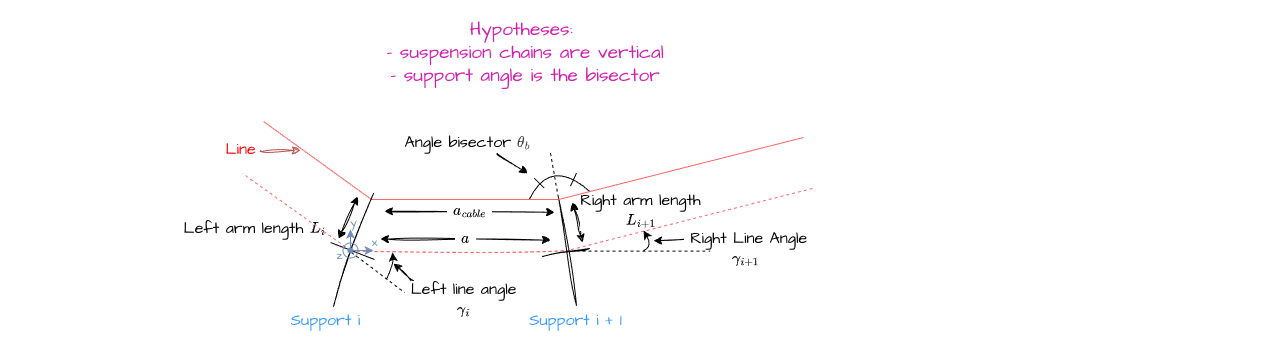
Above: docs/user_guide/assets/angle_line_direct.drawio.png in phlowers/mechaphlowers (draw.io), before the change. Source tidied: cells renumbered, new cells last; positions are measured from the earlier drawing's top-left corner, leaving out a move shared by most shapes.
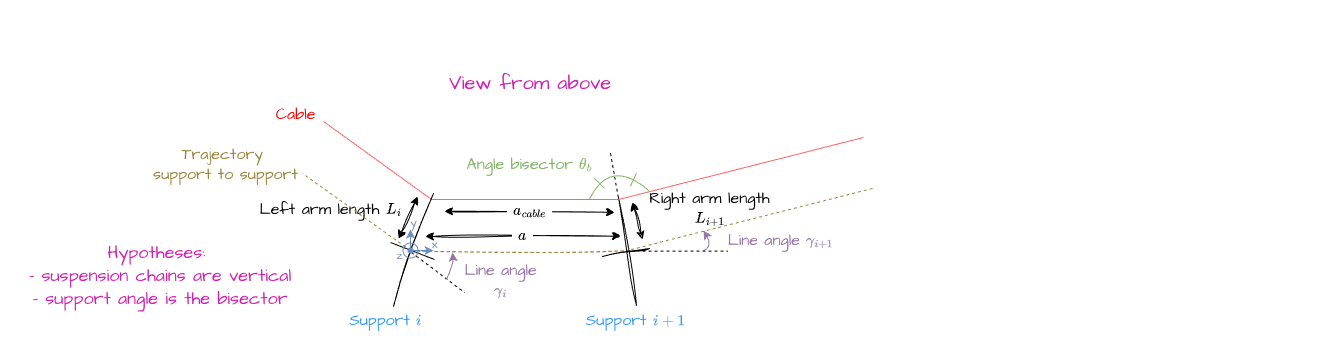
The same file after the commit.

The edit, as a diff of the source:
```diff
@@ -5,8 +5,8 @@
     <mxCell id="2" style="rounded=0;whiteSpace=wrap;html=1;sketch=1;hachureGap=4;jiggle=2;curveFitting=1;fontFamily=Architects Daughter;fontSource=https%3A%2F%2Ffonts.googleapis.com%2Fcss%3Ffamily%3DArchitects%2BDaughter;fontSize=20;fillColor=default;strokeColor=none;" parent="1" vertex="1">
       <mxGeometry width="1270.1" height="350" as="geometry" />
     </mxCell>
-    <mxCell id="3" value="&lt;font style=&quot;color: rgb(209, 31, 174);&quot;&gt;Hypotheses:&amp;nbsp;&lt;/font&gt;&lt;div&gt;&lt;font style=&quot;color: rgb(209, 31, 174);&quot;&gt;- suspension chains are vertical&lt;/font&gt;&lt;/div&gt;&lt;div&gt;&lt;font style=&quot;color: rgb(209, 31, 174);&quot;&gt;- support angle is the bisector&lt;/font&gt;&lt;/div&gt;" style="text;html=1;strokeColor=none;fillColor=none;align=center;verticalAlign=middle;whiteSpace=wrap;rounded=0;labelBackgroundColor=none;sketch=0;hachureGap=4;jiggle=2;curveFitting=1;strokeWidth=2;fontFamily=Architects Daughter;fontSource=https%3A%2F%2Ffonts.googleapis.com%2Fcss%3Ffamily%3DArchitects%2BDaughter;fontSize=19;fontColor=#D11FAE;flipV=0;" parent="1" vertex="1">
-      <mxGeometry x="310" y="20" width="430" height="66.4" as="geometry" />
+    <mxCell id="3" value="&lt;font style=&quot;color: rgb(209, 31, 174); font-size: 18px;&quot;&gt;Hypotheses:&amp;nbsp;&lt;/font&gt;&lt;div&gt;&lt;font style=&quot;color: rgb(209, 31, 174); font-size: 18px;&quot;&gt;- suspension chains are vertical&lt;/font&gt;&lt;/div&gt;&lt;div&gt;&lt;font style=&quot;color: rgb(209, 31, 174); font-size: 18px;&quot;&gt;- support angle is the bisector&lt;/font&gt;&lt;/div&gt;" style="text;html=1;strokeColor=none;fillColor=none;align=center;verticalAlign=middle;whiteSpace=wrap;rounded=0;labelBackgroundColor=none;sketch=0;hachureGap=4;jiggle=2;curveFitting=1;strokeWidth=2;fontFamily=Architects Daughter;fontSource=https%3A%2F%2Ffonts.googleapis.com%2Fcss%3Ffamily%3DArchitects%2BDaughter;fontSize=19;fontColor=#D11FAE;flipV=0;" parent="1" vertex="1">
+      <mxGeometry x="-60" y="242.5" width="320" height="66.4" as="geometry" />
     </mxCell>
     <mxCell id="4" style="endArrow=none;html=1;hachureGap=4;fontFamily=Architects Daughter;fontSource=https%3A%2F%2Ffonts.googleapis.com%2Fcss%3Ffamily%3DArchitects%2BDaughter;fontSize=16;dashed=1;" parent="1" edge="1">
       <mxGeometry relative="1" as="geometry">
@@ -20,21 +20,7 @@
         <mxPoint x="371" y="199" as="targetPoint" />
       </mxGeometry>
     </mxCell>
-    <mxCell id="6" value="&amp;nbsp;Right Line Angle&lt;div&gt;\(\gamma_{i+1}\)&lt;/div&gt;" style="endArrow=classic;startArrow=none;html=1;rounded=0;shadow=0;sketch=1;hachureGap=4;jiggle=2;curveFitting=1;strokeColor=default;fontFamily=Architects Daughter;fontSource=https%3A%2F%2Ffonts.googleapis.com%2Fcss%3Ffamily%3DArchitects%2BDaughter;fontSize=16;startSize=6;endSize=6;curved=1;jumpSize=6;startFill=0;" parent="1" edge="1">
-      <mxGeometry x="-1" y="53" relative="1" as="geometry">
-        <mxPoint x="693" y="240" as="sourcePoint" />
-        <mxPoint x="653" y="240" as="targetPoint" />
-        <mxPoint x="52" y="-44" as="offset" />
-      </mxGeometry>
-    </mxCell>
-    <mxCell id="7" value="Angle bisector&amp;nbsp;&lt;span style=&quot;color: rgb(63, 63, 63);&quot;&gt;\(\theta_b\)&lt;/span&gt;" style="endArrow=classic;startArrow=none;html=1;rounded=0;shadow=0;sketch=1;hachureGap=4;jiggle=2;curveFitting=1;strokeColor=default;fontFamily=Architects Daughter;fontSource=https%3A%2F%2Ffonts.googleapis.com%2Fcss%3Ffamily%3DArchitects%2BDaughter;fontSize=16;startSize=6;endSize=6;curved=1;jumpSize=6;startFill=0;" parent="1" edge="1">
-      <mxGeometry x="-1" y="-32" relative="1" as="geometry">
-        <mxPoint x="497" y="153" as="sourcePoint" />
-        <mxPoint x="527" y="173" as="targetPoint" />
-        <mxPoint x="-12" y="-37" as="offset" />
-      </mxGeometry>
-    </mxCell>
-    <mxCell id="8" style="endArrow=classic;html=1;sketch=0;hachureGap=4;jiggle=2;curveFitting=1;strokeWidth=1;fontFamily=Architects Daughter;fontSource=https%3A%2F%2Ffonts.googleapis.com%2Fcss%3Ffamily%3DArchitects%2BDaughter;fontSize=20;curved=1;endFill=1;" parent="1" edge="1">
+    <mxCell id="8" style="endArrow=classic;html=1;sketch=0;hachureGap=4;jiggle=2;curveFitting=1;strokeWidth=1;fontFamily=Architects Daughter;fontSource=https%3A%2F%2Ffonts.googleapis.com%2Fcss%3Ffamily%3DArchitects%2BDaughter;fontSize=20;curved=1;endFill=1;fillColor=#e1d5e7;strokeColor=#9673a6;" parent="1" edge="1">
       <mxGeometry relative="1" as="geometry">
         <mxPoint x="643" y="250" as="sourcePoint" />
         <mxPoint x="643" y="230" as="targetPoint" />
@@ -44,7 +30,7 @@
         </Array>
       </mxGeometry>
     </mxCell>
-    <mxCell id="9" style="endArrow=none;html=1;sketch=0;hachureGap=4;jiggle=2;curveFitting=1;strokeWidth=1;fontFamily=Architects Daughter;fontSource=https%3A%2F%2Ffonts.googleapis.com%2Fcss%3Ffamily%3DArchitects%2BDaughter;fontSize=20;curved=1;" parent="1" edge="1">
+    <mxCell id="9" style="endArrow=none;html=1;sketch=0;hachureGap=4;jiggle=2;curveFitting=1;strokeWidth=1;fontFamily=Architects Daughter;fontSource=https%3A%2F%2Ffonts.googleapis.com%2Fcss%3Ffamily%3DArchitects%2BDaughter;fontSize=20;curved=1;fillColor=#d5e8d4;strokeColor=#82B366;" parent="1" edge="1">
       <mxGeometry x="0.99" y="110" relative="1" as="geometry">
         <mxPoint x="529" y="198.6" as="sourcePoint" />
         <mxPoint x="590" y="191.6" as="targetPoint" />
@@ -53,19 +39,19 @@
         </Array>
       </mxGeometry>
     </mxCell>
-    <mxCell id="10" style="endArrow=none;html=1;sketch=0;hachureGap=4;jiggle=2;curveFitting=1;strokeWidth=1;fontFamily=Architects Daughter;fontSource=https%3A%2F%2Ffonts.googleapis.com%2Fcss%3Ffamily%3DArchitects%2BDaughter;fontSize=20;curved=1;" parent="1" edge="1">
+    <mxCell id="10" style="endArrow=none;html=1;sketch=0;hachureGap=4;jiggle=2;curveFitting=1;strokeWidth=1;fontFamily=Architects Daughter;fontSource=https%3A%2F%2Ffonts.googleapis.com%2Fcss%3Ffamily%3DArchitects%2BDaughter;fontSize=20;curved=1;fillColor=#d5e8d4;strokeColor=#82b366;" parent="1" edge="1">
       <mxGeometry relative="1" as="geometry">
         <mxPoint x="533.7" y="177.6" as="sourcePoint" />
-        <mxPoint x="543.7" y="187.6" as="targetPoint" />
+        <mxPoint x="544" y="188" as="targetPoint" />
       </mxGeometry>
     </mxCell>
-    <mxCell id="11" style="endArrow=none;html=1;sketch=0;hachureGap=4;jiggle=2;curveFitting=1;strokeWidth=1;fontFamily=Architects Daughter;fontSource=https%3A%2F%2Ffonts.googleapis.com%2Fcss%3Ffamily%3DArchitects%2BDaughter;fontSize=20;curved=1;startSize=6;" parent="1" edge="1">
+    <mxCell id="11" style="endArrow=none;html=1;sketch=0;hachureGap=4;jiggle=2;curveFitting=1;strokeWidth=1;fontFamily=Architects Daughter;fontSource=https%3A%2F%2Ffonts.googleapis.com%2Fcss%3Ffamily%3DArchitects%2BDaughter;fontSize=20;curved=1;startSize=6;fillColor=#d5e8d4;strokeColor=#82b366;" parent="1" edge="1">
       <mxGeometry relative="1" as="geometry">
         <mxPoint x="576" y="172.6" as="sourcePoint" />
         <mxPoint x="570" y="185.6" as="targetPoint" />
       </mxGeometry>
     </mxCell>
-    <mxCell id="12" style="endArrow=none;html=1;sketch=1;hachureGap=4;jiggle=2;curveFitting=1;fontFamily=Architects Daughter;fontSource=https%3A%2F%2Ffonts.googleapis.com%2Fcss%3Ffamily%3DArchitects%2BDaughter;fontSize=16;strokeColor=#FF6666;dashed=1;" parent="1" edge="1">
+    <mxCell id="12" style="endArrow=none;html=1;sketch=1;hachureGap=4;jiggle=2;curveFitting=1;fontFamily=Architects Daughter;fontSource=https%3A%2F%2Ffonts.googleapis.com%2Fcss%3Ffamily%3DArchitects%2BDaughter;fontSize=16;strokeColor=#9C833B;dashed=1;fillColor=#fff2cc;" parent="1" edge="1">
       <mxGeometry relative="1" as="geometry">
         <mxPoint x="569" y="250" as="sourcePoint" />
         <mxPoint x="350" y="250.6" as="targetPoint" />
@@ -77,10 +63,10 @@
         <mxPoint x="710" y="250.6" as="targetPoint" />
       </mxGeometry>
     </mxCell>
-    <mxCell id="14" value="&amp;nbsp;\(a\)&amp;nbsp;" style="endArrow=classic;startArrow=classic;html=1;sketch=1;hachureGap=4;jiggle=2;curveFitting=1;fontFamily=Architects Daughter;fontSource=https%3A%2F%2Ffonts.googleapis.com%2Fcss%3Ffamily%3DArchitects%2BDaughter;fontSize=16;" parent="1" edge="1">
+    <mxCell id="14" value="&amp;nbsp;\(a\)&amp;nbsp;" style="endArrow=classic;startArrow=classic;html=1;sketch=1;hachureGap=4;jiggle=2;curveFitting=1;fontFamily=Architects Daughter;fontSource=https%3A%2F%2Ffonts.googleapis.com%2Fcss%3Ffamily%3DArchitects%2BDaughter;fontSize=16;entryX=0.441;entryY=0.682;entryDx=0;entryDy=0;entryPerimeter=0;" parent="1" edge="1">
       <mxGeometry relative="1" as="geometry">
-        <mxPoint x="380" y="238.6" as="sourcePoint" />
-        <mxPoint x="550" y="239.6" as="targetPoint" />
+        <mxPoint x="365" y="236" as="sourcePoint" />
+        <mxPoint x="560.1" y="235.7" as="targetPoint" />
       </mxGeometry>
     </mxCell>
     <mxCell id="15" value="&amp;nbsp;\(a_{cable}\)&amp;nbsp;" style="endArrow=classic;startArrow=classic;html=1;hachureGap=4;fontFamily=Architects Daughter;fontSource=https%3A%2F%2Ffonts.googleapis.com%2Fcss%3Ffamily%3DArchitects%2BDaughter;fontSize=16;sketch=1;curveFitting=1;jiggle=2;shadow=0;flowAnimation=0;rounded=0;curved=1;" parent="1" edge="1">
@@ -95,14 +81,7 @@
         <mxPoint x="404" y="292" as="targetPoint" />
       </mxGeometry>
     </mxCell>
-    <mxCell id="17" value="Left line angle&lt;div&gt;\(\gamma_i\)&lt;/div&gt;" style="endArrow=classic;startArrow=none;html=1;rounded=0;shadow=0;sketch=1;hachureGap=4;jiggle=2;curveFitting=1;strokeColor=default;fontFamily=Architects Daughter;fontSource=https%3A%2F%2Ffonts.googleapis.com%2Fcss%3Ffamily%3DArchitects%2BDaughter;fontSize=16;startSize=6;endSize=6;curved=1;jumpSize=6;startFill=0;" parent="1" edge="1">
-      <mxGeometry x="-1" y="-54" relative="1" as="geometry">
-        <mxPoint x="413" y="280" as="sourcePoint" />
-        <mxPoint x="393" y="263" as="targetPoint" />
-        <mxPoint x="15" y="61" as="offset" />
-      </mxGeometry>
-    </mxCell>
-    <mxCell id="18" style="endArrow=classic;html=1;sketch=0;hachureGap=4;jiggle=2;curveFitting=1;strokeWidth=1;fontFamily=Architects Daughter;fontSource=https%3A%2F%2Ffonts.googleapis.com%2Fcss%3Ffamily%3DArchitects%2BDaughter;fontSize=20;curved=1;endFill=1;" parent="1" edge="1">
+    <mxCell id="18" style="endArrow=classic;html=1;sketch=0;hachureGap=4;jiggle=2;curveFitting=1;strokeWidth=1;fontFamily=Architects Daughter;fontSource=https%3A%2F%2Ffonts.googleapis.com%2Fcss%3Ffamily%3DArchitects%2BDaughter;fontSize=20;curved=1;endFill=1;fillColor=#e1d5e7;strokeColor=#9673A6;" parent="1" edge="1">
       <mxGeometry relative="1" as="geometry">
         <mxPoint x="386" y="279" as="sourcePoint" />
         <mxPoint x="392" y="252" as="targetPoint" />
@@ -112,19 +91,13 @@
       </mxGeometry>
     </mxCell>
     <mxCell id="19" value="&lt;span&gt;Left arm length \(L_i\)&lt;/span&gt;" style="endArrow=classic;startArrow=classic;sketch=1;hachureGap=4;jiggle=2;curveFitting=1;fontFamily=Architects Daughter;fontSource=https%3A%2F%2Ffonts.googleapis.com%2Fcss%3Ffamily%3DArchitects%2BDaughter;fontSize=16;html=1;" parent="1" edge="1">
-      <mxGeometry x="-1" y="85" relative="1" as="geometry">
+      <mxGeometry x="-1" y="74" relative="1" as="geometry">
         <mxPoint x="338" y="238" as="sourcePoint" />
         <mxPoint x="357" y="196" as="targetPoint" />
-        <mxPoint x="-7" y="26" as="offset" />
+        <mxPoint x="-1" y="3" as="offset" />
       </mxGeometry>
     </mxCell>
-    <mxCell id="20" value="&lt;span&gt;Right arm length&lt;/span&gt;&lt;div&gt;&lt;span&gt;\(L_{i+1}\)&lt;/span&gt;&lt;/div&gt;" style="endArrow=classic;startArrow=classic;html=1;sketch=1;hachureGap=4;jiggle=2;curveFitting=1;fontFamily=Architects Daughter;fontSource=https%3A%2F%2Ffonts.googleapis.com%2Fcss%3Ffamily%3DArchitects%2BDaughter;fontSize=16;" parent="1" edge="1">
-      <mxGeometry x="-0.18" y="-64" relative="1" as="geometry">
-        <mxPoint x="582" y="242" as="sourcePoint" />
-        <mxPoint x="572" y="202" as="targetPoint" />
-      </mxGeometry>
-    </mxCell>
-    <mxCell id="21" style="endArrow=none;html=1;hachureGap=4;fontFamily=Architects Daughter;fontSource=https%3A%2F%2Ffonts.googleapis.com%2Fcss%3Ffamily%3DArchitects%2BDaughter;fontSize=16;strokeColor=#FF6666;dashed=1;" parent="1" edge="1">
+    <mxCell id="21" style="endArrow=none;html=1;hachureGap=4;fontFamily=Architects Daughter;fontSource=https%3A%2F%2Ffonts.googleapis.com%2Fcss%3Ffamily%3DArchitects%2BDaughter;fontSize=16;strokeColor=#9C833B;dashed=1;fillColor=#fff2cc;" parent="1" edge="1">
       <mxGeometry relative="1" as="geometry">
         <mxPoint x="350" y="250" as="sourcePoint" />
         <mxPoint x="242" y="173" as="targetPoint" />
@@ -152,7 +125,7 @@
       </mxGeometry>
     </mxCell>
     <mxCell id="26" value="&lt;font style=&quot;color: rgb(108, 142, 191);&quot; face=&quot;Architects daughter&quot;&gt;x&lt;/font&gt;" style="text;html=1;align=center;verticalAlign=middle;strokeColor=none;fillColor=none;" parent="23" vertex="1">
-      <mxGeometry x="29" y="34" width="30" height="30" as="geometry" />
+      <mxGeometry x="29" y="36" width="30" height="30" as="geometry" />
     </mxCell>
     <mxCell id="27" style="group;rotation=-9.9;sketch=1;hachureGap=4;jiggle=2;curveFitting=1;fontFamily=Architects Daughter;fontSource=https%3A%2F%2Ffonts.googleapis.com%2Fcss%3Ffamily%3DArchitects%2BDaughter;fontSize=20;flipV=0;" parent="1" vertex="1">
       <mxGeometry x="542" y="196" width="48" height="110" as="geometry" />
@@ -169,13 +142,19 @@
         <mxPoint y="60" as="targetPoint" />
       </mxGeometry>
     </mxCell>
+    <mxCell id="20" value="&lt;span&gt;Right arm length&lt;/span&gt;&lt;div&gt;&lt;span&gt;\(L_{i+1}\)&lt;/span&gt;&lt;/div&gt;" style="endArrow=classic;startArrow=classic;html=1;sketch=1;hachureGap=4;jiggle=2;curveFitting=1;fontFamily=Architects Daughter;fontSource=https%3A%2F%2Ffonts.googleapis.com%2Fcss%3Ffamily%3DArchitects%2BDaughter;fontSize=16;" parent="1" edge="1">
+      <mxGeometry x="-0.4" y="-73" relative="1" as="geometry">
+        <mxPoint x="582" y="239" as="sourcePoint" />
+        <mxPoint x="572" y="202" as="targetPoint" />
+      </mxGeometry>
+    </mxCell>
     <mxCell id="30" style="endArrow=none;html=1;hachureGap=4;fontFamily=Architects Daughter;fontSource=https%3A%2F%2Ffonts.googleapis.com%2Fcss%3Ffamily%3DArchitects%2BDaughter;fontSize=16;strokeColor=#FF6666;rounded=1;curved=0;" parent="1" edge="1">
       <mxGeometry relative="1" as="geometry">
         <mxPoint x="803" y="137" as="sourcePoint" />
         <mxPoint x="558" y="199" as="targetPoint" />
       </mxGeometry>
     </mxCell>
-    <mxCell id="31" style="endArrow=none;html=1;hachureGap=4;fontFamily=Architects Daughter;fontSource=https%3A%2F%2Ffonts.googleapis.com%2Fcss%3Ffamily%3DArchitects%2BDaughter;fontSize=16;strokeColor=#FF6666;rounded=1;curved=0;dashed=1;" parent="1" edge="1">
+    <mxCell id="31" style="endArrow=none;html=1;hachureGap=4;fontFamily=Architects Daughter;fontSource=https%3A%2F%2Ffonts.googleapis.com%2Fcss%3Ffamily%3DArchitects%2BDaughter;fontSize=16;strokeColor=#9C833B;rounded=1;curved=0;dashed=1;fillColor=#fff2cc;" parent="1" edge="1">
       <mxGeometry relative="1" as="geometry">
         <mxPoint x="812" y="188" as="sourcePoint" />
         <mxPoint x="567" y="250" as="targetPoint" />
@@ -205,18 +184,29 @@
     <mxCell id="37" value="&lt;font face=&quot;Architects daughter&quot; color=&quot;#6c8ebf&quot;&gt;z&lt;/font&gt;" style="text;html=1;align=center;verticalAlign=middle;strokeColor=none;fillColor=none;" parent="1" vertex="1">
       <mxGeometry x="324" y="240" width="30" height="30" as="geometry" />
     </mxCell>
-    <mxCell id="38" value="&lt;font style=&quot;color: rgb(255, 0, 0);&quot;&gt;Line&lt;/font&gt;" style="endArrow=classic;startArrow=none;html=1;rounded=0;shadow=0;sketch=1;hachureGap=4;jiggle=2;curveFitting=1;strokeColor=#b85450;fontFamily=Architects Daughter;fontSource=https%3A%2F%2Ffonts.googleapis.com%2Fcss%3Ffamily%3DArchitects%2BDaughter;fontSize=16;startSize=6;endSize=6;curved=1;jumpSize=6;startFill=0;fillColor=#f8cecc;" parent="1" edge="1">
-      <mxGeometry x="-1" y="-20" relative="1" as="geometry">
-        <mxPoint x="260" y="150" as="sourcePoint" />
-        <mxPoint x="300" y="150" as="targetPoint" />
-        <mxPoint x="-20" y="-20" as="offset" />
-      </mxGeometry>
-    </mxCell>
-    <mxCell id="39" value="&lt;font style=&quot;font-size: 16px; color: rgb(51, 153, 255);&quot; face=&quot;Architects daughter&quot;&gt;Support i&lt;/font&gt;" style="text;html=1;align=center;verticalAlign=middle;strokeColor=none;fillColor=none;" parent="1" vertex="1">
-      <mxGeometry x="280" y="306" width="90" height="30" as="geometry" />
+    <mxCell id="39" value="&lt;font style=&quot;font-size: 16px; color: rgb(51, 153, 255);&quot; face=&quot;Architects daughter&quot;&gt;Support \(i\)&lt;/font&gt;" style="text;html=1;align=center;verticalAlign=middle;strokeColor=none;fillColor=none;" parent="1" vertex="1">
+      <mxGeometry x="265" y="306" width="120" height="30" as="geometry" />
     </mxCell>
-    <mxCell id="40" value="&lt;font style=&quot;font-size: 16px; color: rgb(51, 153, 255);&quot; face=&quot;Architects daughter&quot;&gt;Support i + 1&lt;/font&gt;" style="text;html=1;align=center;verticalAlign=middle;strokeColor=none;fillColor=none;" parent="1" vertex="1">
-      <mxGeometry x="515" y="306" width="120" height="30" as="geometry" />
+    <mxCell id="40" value="&lt;font style=&quot;font-size: 16px; color: rgb(51, 153, 255);&quot; face=&quot;Architects daughter&quot;&gt;Support \(i + 1\)&lt;/font&gt;" style="text;html=1;align=center;verticalAlign=middle;strokeColor=none;fillColor=none;" parent="1" vertex="1">
+      <mxGeometry x="505" y="306" width="140" height="30" as="geometry" />
     </mxCell>
+    <mxCell id="41" value="&lt;font style=&quot;font-size: 20px; color: rgb(209, 31, 174);&quot;&gt;View from above&lt;/font&gt;" style="text;html=1;strokeColor=none;fillColor=none;align=center;verticalAlign=middle;whiteSpace=wrap;rounded=0;labelBackgroundColor=none;sketch=0;hachureGap=4;jiggle=2;curveFitting=1;strokeWidth=2;fontFamily=Architects Daughter;fontSource=https%3A%2F%2Ffonts.googleapis.com%2Fcss%3Ffamily%3DArchitects%2BDaughter;fontSize=19;fontColor=#D11FAE;flipV=0;" parent="1" vertex="1">
+      <mxGeometry x="310" y="50" width="320" height="66.4" as="geometry" />
+    </mxCell>
+    <mxCell id="42" value="&lt;font style=&quot;font-size: 16px; color: rgb(255, 0, 0);&quot; face=&quot;Architects daughter&quot;&gt;Cable&lt;/font&gt;" style="text;html=1;align=center;verticalAlign=middle;strokeColor=none;fillColor=none;" parent="1" vertex="1">
+      <mxGeometry x="205" y="100" width="60" height="30" as="geometry" />
+    </mxCell>
+    <mxCell id="43" value="&lt;font style=&quot;font-size: 16px; color: rgb(156, 131, 59);&quot; face=&quot;Architects daughter&quot;&gt;Trajectory&amp;nbsp;&lt;/font&gt;&lt;div&gt;&lt;font style=&quot;font-size: 16px; color: rgb(156, 131, 59);&quot; face=&quot;Architects daughter&quot;&gt;support to support&lt;/font&gt;&lt;/div&gt;" style="text;html=1;align=center;verticalAlign=middle;strokeColor=none;fillColor=none;" parent="1" vertex="1">
+      <mxGeometry x="80" y="140" width="170" height="50" as="geometry" />
+    </mxCell>
+    <mxCell id="44" value="&lt;span style=&quot;font-family: &amp;quot;Architects Daughter&amp;quot;; font-size: 16px; background-color: rgb(255, 255, 255);&quot;&gt;&lt;font style=&quot;color: rgb(150, 115, 166);&quot;&gt;Line angle&lt;/font&gt;&lt;/span&gt;&lt;div style=&quot;scrollbar-color: rgb(226, 226, 226) rgb(251, 251, 251); font-family: &amp;quot;Architects Daughter&amp;quot;; font-size: 16px; color: rgb(63, 63, 63);&quot;&gt;&lt;font style=&quot;color: rgb(150, 115, 166);&quot;&gt;\(\gamma_i\)&lt;/font&gt;&lt;/div&gt;" style="text;html=1;align=center;verticalAlign=middle;strokeColor=none;fillColor=none;" parent="1" vertex="1">
+      <mxGeometry x="380" y="256" width="120" height="50" as="geometry" />
+    </mxCell>
+    <mxCell id="45" value="&lt;font&gt;&lt;span style=&quot;font-family: &amp;quot;Architects Daughter&amp;quot;; font-size: 16px; background-color: rgb(255, 255, 255);&quot;&gt;&lt;font style=&quot;&quot;&gt;&lt;font style=&quot;color: rgb(150, 115, 166);&quot;&gt;Line angle&amp;nbsp;&lt;/font&gt;&lt;/font&gt;&lt;/span&gt;&lt;span style=&quot;color: light-dark(rgb(150, 115, 166), rgb(149, 119, 163)); font-family: &amp;quot;Architects Daughter&amp;quot;; font-size: 16px; background-color: transparent;&quot;&gt;\(\gamma_{i+1}\)&lt;/span&gt;&lt;/font&gt;" style="text;html=1;align=center;verticalAlign=middle;strokeColor=none;fillColor=none;" parent="1" vertex="1">
+      <mxGeometry x="610" y="226" width="220" height="30" as="geometry" />
+    </mxCell>
+    <mxCell id="7" value="&lt;font style=&quot;&quot;&gt;&lt;span style=&quot;scrollbar-color: rgb(226, 226, 226) rgb(251, 251, 251); font-family: &amp;quot;Architects Daughter&amp;quot;; font-size: 16px; background-color: rgb(255, 255, 255);&quot;&gt;&lt;font style=&quot;color: rgb(130, 179, 102);&quot;&gt;Angle bisector&lt;/font&gt;&amp;nbsp;&lt;/span&gt;&lt;span style=&quot;scrollbar-color: rgb(226, 226, 226) rgb(251, 251, 251); font-family: &amp;quot;Architects Daughter&amp;quot;; font-size: 16px;&quot;&gt;\(\theta_b\)&lt;/span&gt;&lt;/font&gt;" style="text;html=1;align=center;verticalAlign=middle;strokeColor=none;fillColor=none;fontColor=#82B366;" parent="1" vertex="1">
+      <mxGeometry x="354" y="150" width="230" height="30" as="geometry" />
+    </mxCell>
   </root>
 </mxGraphModel>
```
